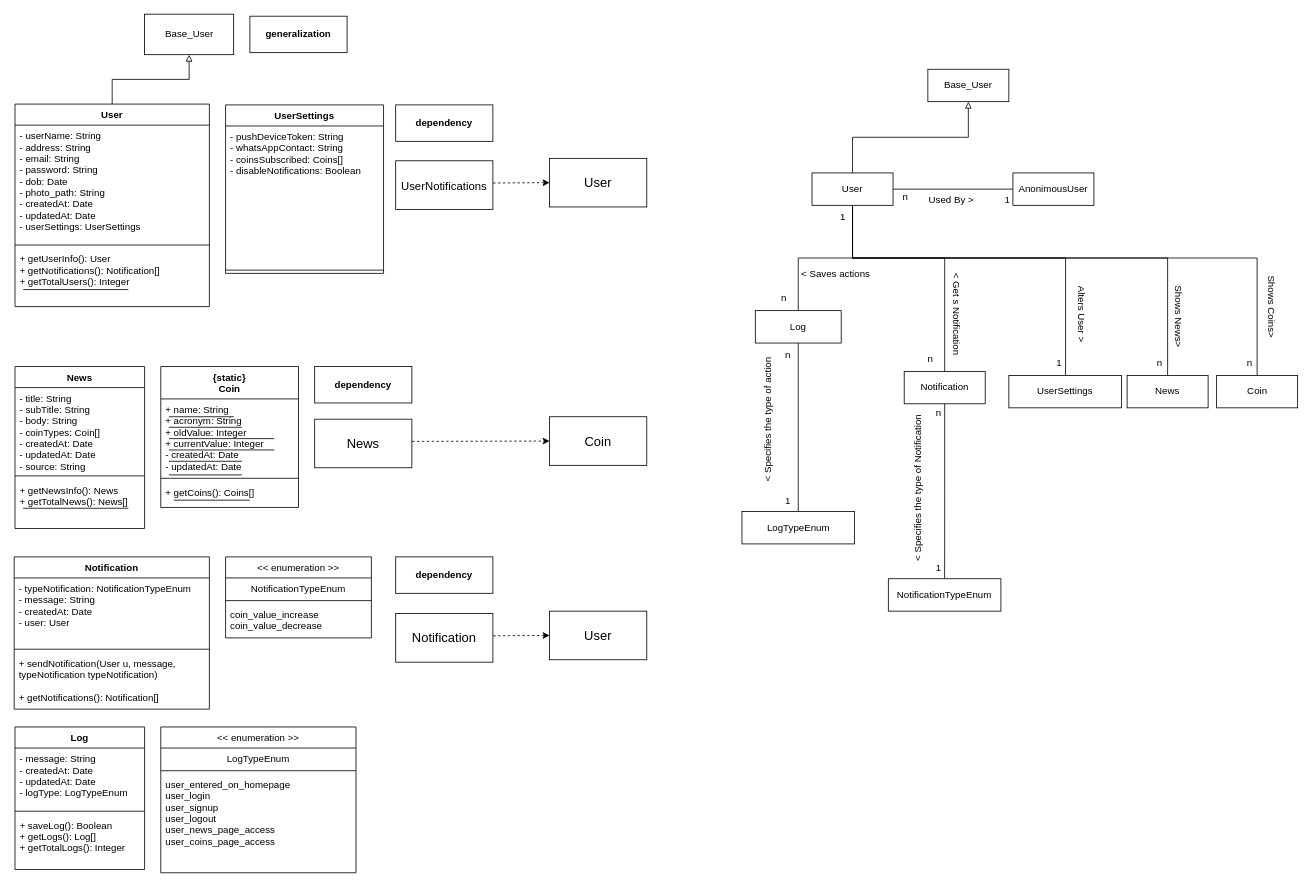
This is diagrams/Class_Diagram.drawio.drawio from bgabrielma/ES_Project, a draw.io file, before an edit. Source tidied: cells renumbered, new cells numbered last; positions are measured from the earlier drawing's top-left corner, leaving out a move shared by most shapes. Both pictures are drawn from the tidied source at 81%, with x=0, y=0 at pixel (14, 14).
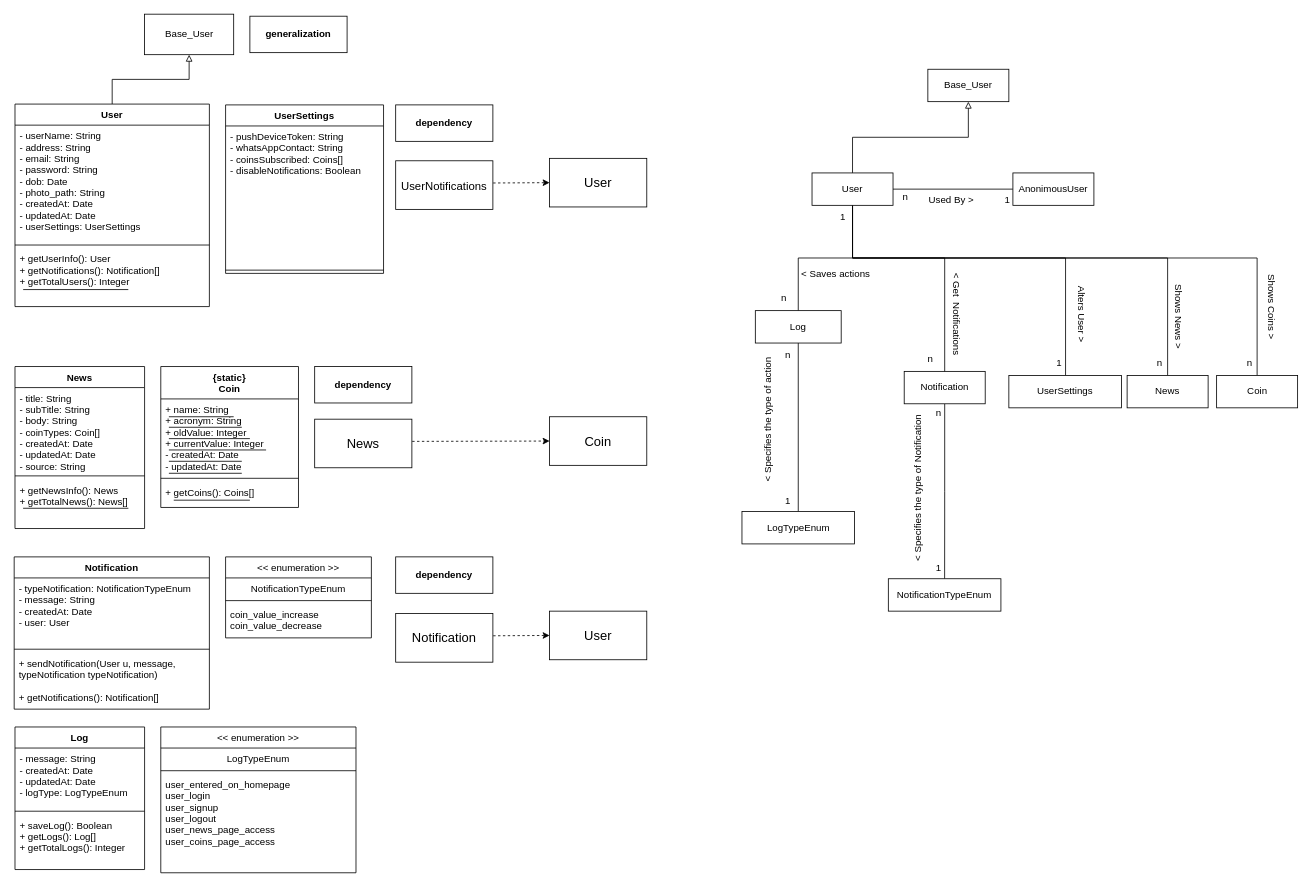
After the change.

The change refers to these unchanged cells:
```xml
<mxCell id="9" value="{static}&#10;Coin" style="swimlane;fontStyle=1;align=center;verticalAlign=top;horizontal=1;startSize=40;" parent="1" vertex="1">
  <mxGeometry x="181" y="435" width="170" height="174" as="geometry" />
</mxCell>
<mxCell id="12" value="+ name: String&#10;+ acronym: String&#10;+ oldValue: Integer&#10;+ currentValue: Integer&#10;- createdAt: Date&#10;- updatedAt: Date&#10;&#10;" style="text;strokeColor=none;fillColor=none;align=left;verticalAlign=top;spacingLeft=4;spacingRight=4;overflow=hidden;points=[[0,0.5],[1,0.5]];portConstraint=eastwest;" parent="9" vertex="1">
  <mxGeometry y="40" width="170" height="94" as="geometry" />
</mxCell>
```

Change to the diagram source:
```diff
@@
     <mxCell id="13" style="endArrow=none;html=1;rounded=0;" parent="9" edge="1">
       <mxGeometry relative="1" as="geometry">
-        <mxPoint x="10" y="133.8" as="sourcePoint" />
-        <mxPoint x="100" y="133.8" as="targetPoint" />
+        <mxPoint x="10" y="131.8" as="sourcePoint" />
+        <mxPoint x="100" y="131.8" as="targetPoint" />
       </mxGeometry>
     </mxCell>
@@
-    <mxCell id="15" style="endArrow=none;html=1;rounded=0;entryX=0.824;entryY=0.67;entryDx=0;entryDy=0;entryPerimeter=0;" parent="9" edge="1" target="12">
+    <mxCell id="15" style="endArrow=none;html=1;rounded=0;" parent="9" edge="1">
       <mxGeometry relative="1" as="geometry">
         <mxPoint x="10" y="103" as="sourcePoint" />
+        <mxPoint x="130" y="103" as="targetPoint" />
       </mxGeometry>
     </mxCell>
@@
     <mxCell id="18" style="endArrow=none;html=1;rounded=0;" parent="9" edge="1">
       <mxGeometry relative="1" as="geometry">
         <mxPoint x="10" y="89" as="sourcePoint" />
-        <mxPoint x="140" y="89" as="targetPoint" />
+        <mxPoint x="110" y="89" as="targetPoint" />
       </mxGeometry>
     </mxCell>
@@
-    <mxCell id="92" value="&amp;lt; Get s Notification" style="text;html=1;align=center;verticalAlign=middle;strokeColor=none;fillColor=none;rotation=90;" parent="1" vertex="1">
+    <mxCell id="92" value="&amp;lt; Get &amp;nbsp;Notifications" style="text;html=1;align=center;verticalAlign=middle;strokeColor=none;fillColor=none;rotation=90;" parent="1" vertex="1">
       <mxGeometry x="1098" y="355" width="130" height="30" as="geometry" />
     </mxCell>
@@
-    <mxCell id="94" value="Shows News&amp;gt;" style="text;html=1;align=center;verticalAlign=middle;strokeColor=none;fillColor=none;rotation=90;" parent="1" vertex="1">
+    <mxCell id="94" value="Shows News &amp;gt;" style="text;html=1;align=center;verticalAlign=middle;strokeColor=none;fillColor=none;rotation=90;" parent="1" vertex="1">
       <mxGeometry x="1388" y="358" width="100" height="30" as="geometry" />
     </mxCell>
-    <mxCell id="95" value="Shows Coins&amp;gt;" style="text;html=1;align=center;verticalAlign=middle;strokeColor=none;fillColor=none;rotation=90;" parent="1" vertex="1">
+    <mxCell id="95" value="Shows Coins &amp;gt;" style="text;html=1;align=center;verticalAlign=middle;strokeColor=none;fillColor=none;rotation=90;" parent="1" vertex="1">
       <mxGeometry x="1503" y="346" width="100" height="30" as="geometry" />
     </mxCell>
```
